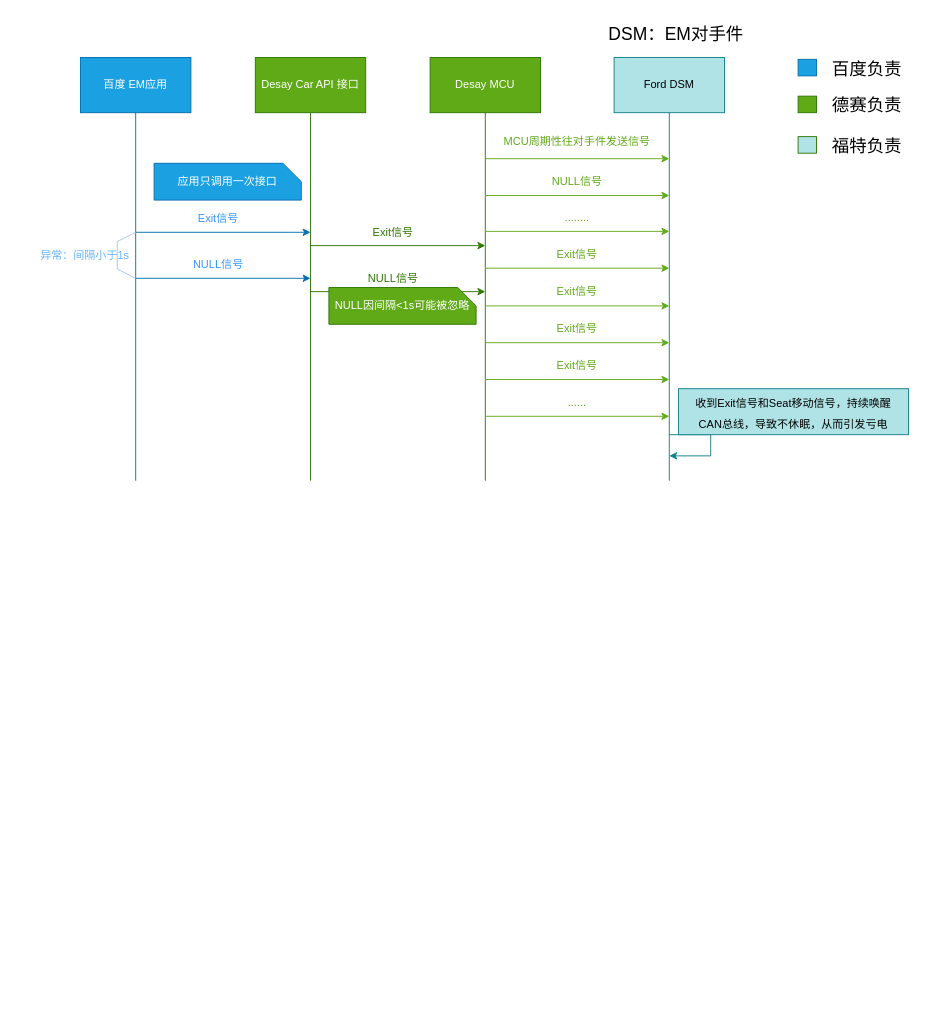
Above: page "第 10 页" (10 of 11) of 未命名绘图.drawio in songlongGithub/CustomDemo (draw.io), before the change. Source tidied: cells renumbered, new cells numbered last; positions are measured from the earlier drawing's top-left corner, leaving out a move shared by most shapes. Both pictures are drawn from the tidied source at 92%, with x=0, y=0 at pixel (34, 16).
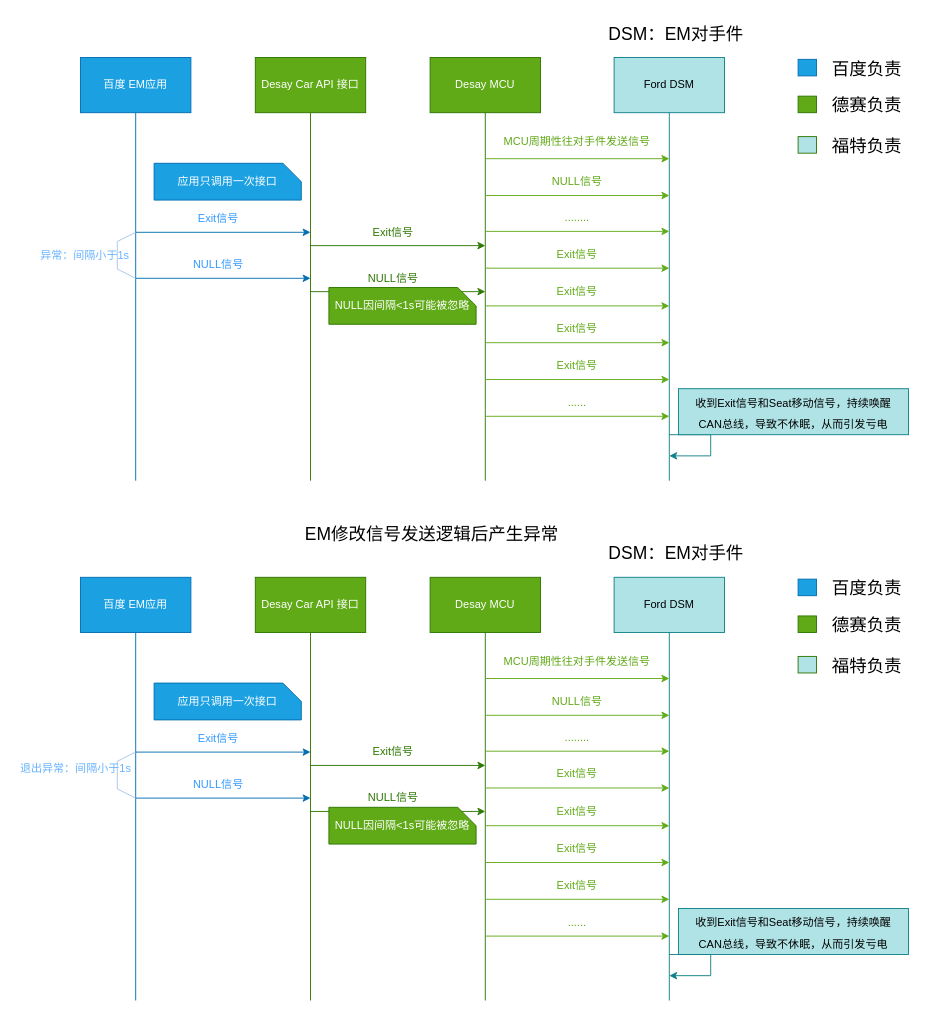
After the change.

Diff of the diagram source:
```diff
@@
+    <mxCell id="47" value="百度 EM应用" style="rounded=0;whiteSpace=wrap;html=1;fillColor=#1ba1e2;strokeColor=#006EAF;fontColor=#ffffff;" parent="1" vertex="1">
+      <mxGeometry x="50" y="610" width="120" height="60" as="geometry" />
+    </mxCell>
+    <mxCell id="48" style="endArrow=none;html=1;rounded=0;entryX=0.5;entryY=1;entryDx=0;entryDy=0;strokeColor=#006EAF;fillColor=#1ba1e2;" parent="1" edge="1" target="47">
+      <mxGeometry relative="1" as="geometry">
+        <mxPoint x="110" y="1070" as="sourcePoint" />
+      </mxGeometry>
+    </mxCell>
+    <mxCell id="49" value="Desay Car API 接口" style="rounded=0;whiteSpace=wrap;html=1;fillColor=#60a917;fontColor=#ffffff;strokeColor=#2D7600;" parent="1" vertex="1">
+      <mxGeometry x="240" y="610" width="120" height="60" as="geometry" />
+    </mxCell>
+    <mxCell id="50" style="endArrow=none;html=1;rounded=0;entryX=0.5;entryY=1;entryDx=0;entryDy=0;fillColor=#60a917;strokeColor=#2D7600;" parent="1" edge="1" target="49">
+      <mxGeometry relative="1" as="geometry">
+        <mxPoint x="300" y="1070" as="sourcePoint" />
+      </mxGeometry>
+    </mxCell>
+    <mxCell id="51" style="endArrow=classic;html=1;rounded=0;fillColor=#1ba1e2;strokeColor=#006EAF;" parent="1" edge="1">
+      <mxGeometry relative="1" as="geometry">
+        <mxPoint x="110" y="800" as="sourcePoint" />
+        <mxPoint x="300" y="800" as="targetPoint" />
+      </mxGeometry>
+    </mxCell>
+    <mxCell id="52" value="&lt;font color=&quot;#3399ff&quot;&gt;Exit信号&lt;/font&gt;" style="text;html=1;align=center;verticalAlign=middle;whiteSpace=wrap;rounded=0;" parent="1" vertex="1">
+      <mxGeometry x="170" y="770" width="60" height="30" as="geometry" />
+    </mxCell>
+    <mxCell id="53" style="endArrow=classic;html=1;rounded=0;fillColor=#1ba1e2;strokeColor=#006EAF;" parent="1" edge="1">
+      <mxGeometry relative="1" as="geometry">
+        <mxPoint x="110" y="850" as="sourcePoint" />
+        <mxPoint x="300" y="850" as="targetPoint" />
+      </mxGeometry>
+    </mxCell>
+    <mxCell id="54" value="&lt;font color=&quot;#3399ff&quot;&gt;NULL信号&lt;/font&gt;" style="text;html=1;align=center;verticalAlign=middle;whiteSpace=wrap;rounded=0;" parent="1" vertex="1">
+      <mxGeometry x="170" y="820" width="60" height="30" as="geometry" />
+    </mxCell>
+    <mxCell id="55" style="endArrow=none;html=1;rounded=0;strokeColor=#A9C4EB;" parent="1" edge="1">
+      <mxGeometry relative="1" as="geometry">
+        <mxPoint x="110" y="850" as="sourcePoint" />
+        <mxPoint x="110" y="800" as="targetPoint" />
+        <Array as="points">
+          <mxPoint x="90" y="840" />
+          <mxPoint x="90" y="810" />
+        </Array>
+      </mxGeometry>
+    </mxCell>
+    <mxCell id="56" value="&lt;font color=&quot;#66b2ff&quot;&gt;退出异常：间隔小于1s&lt;/font&gt;" style="text;html=1;align=center;verticalAlign=middle;whiteSpace=wrap;rounded=0;" parent="1" vertex="1">
+      <mxGeometry x="-20" y="795" width="130" height="45" as="geometry" />
+    </mxCell>
+    <mxCell id="57" value="Desay MCU" style="rounded=0;whiteSpace=wrap;html=1;fillColor=#60a917;fontColor=#ffffff;strokeColor=#2D7600;" parent="1" vertex="1">
+      <mxGeometry x="430" y="610" width="120" height="60" as="geometry" />
+    </mxCell>
+    <mxCell id="58" style="endArrow=none;html=1;rounded=0;entryX=0.5;entryY=1;entryDx=0;entryDy=0;fillColor=#60a917;strokeColor=#2D7600;" parent="1" edge="1" target="57">
+      <mxGeometry relative="1" as="geometry">
+        <mxPoint x="490" y="1070" as="sourcePoint" />
+      </mxGeometry>
+    </mxCell>
+    <mxCell id="59" style="endArrow=classic;html=1;rounded=0;fillColor=#60a917;strokeColor=#2D7600;" parent="1" edge="1">
+      <mxGeometry relative="1" as="geometry">
+        <mxPoint x="300" y="814.5" as="sourcePoint" />
+        <mxPoint x="490" y="814.5" as="targetPoint" />
+      </mxGeometry>
+    </mxCell>
+    <mxCell id="60" value="&lt;font color=&quot;#2d7600&quot;&gt;Exit信号&lt;/font&gt;" style="text;html=1;align=center;verticalAlign=middle;whiteSpace=wrap;rounded=0;" parent="1" vertex="1">
+      <mxGeometry x="360" y="784.5" width="60" height="30" as="geometry" />
+    </mxCell>
+    <mxCell id="61" style="endArrow=classic;html=1;rounded=0;fillColor=#60a917;strokeColor=#2D7600;" parent="1" edge="1">
+      <mxGeometry relative="1" as="geometry">
+        <mxPoint x="300" y="864.5" as="sourcePoint" />
+        <mxPoint x="490" y="864.5" as="targetPoint" />
+      </mxGeometry>
+    </mxCell>
+    <mxCell id="62" value="&lt;font color=&quot;#2d7600&quot;&gt;NULL信号&lt;/font&gt;" style="text;html=1;strokeColor=none;fillColor=none;align=center;verticalAlign=middle;whiteSpace=wrap;rounded=0;" parent="1" vertex="1">
+      <mxGeometry x="360" y="834.5" width="60" height="30" as="geometry" />
+    </mxCell>
+    <mxCell id="63" value="NULL因间隔&amp;lt;1s可能被忽略" style="shape=card;whiteSpace=wrap;html=1;direction=south;size=20;fillColor=#60a917;strokeColor=#2D7600;fontColor=#ffffff;" parent="1" vertex="1">
+      <mxGeometry x="320" y="860" width="160" height="40" as="geometry" />
+    </mxCell>
+    <mxCell id="64" value="Ford DSM" style="rounded=0;whiteSpace=wrap;html=1;fillColor=#b0e3e6;strokeColor=#0e8088;" parent="1" vertex="1">
+      <mxGeometry x="630" y="610" width="120" height="60" as="geometry" />
+    </mxCell>
+    <mxCell id="65" style="endArrow=none;html=1;rounded=0;entryX=0.5;entryY=1;entryDx=0;entryDy=0;fillColor=#b0e3e6;strokeColor=#0e8088;" parent="1" edge="1" target="64">
+      <mxGeometry relative="1" as="geometry">
+        <mxPoint x="690" y="1070" as="sourcePoint" />
+      </mxGeometry>
+    </mxCell>
+    <mxCell id="66" style="endArrow=classic;html=1;rounded=0;strokeColor=#60A917;" parent="1" edge="1">
+      <mxGeometry relative="1" as="geometry">
+        <mxPoint x="490" y="720" as="sourcePoint" />
+        <mxPoint x="690" y="720" as="targetPoint" />
+      </mxGeometry>
+    </mxCell>
+    <mxCell id="67" value="&lt;font color=&quot;#60a917&quot;&gt;MCU周期性往对手件发送信号&lt;/font&gt;" style="text;html=1;strokeColor=none;fillColor=none;align=center;verticalAlign=middle;whiteSpace=wrap;rounded=0;" parent="1" vertex="1">
+      <mxGeometry x="500" y="692" width="180" height="20" as="geometry" />
+    </mxCell>
+    <mxCell id="68" style="endArrow=classic;html=1;rounded=0;strokeColor=#60A917;" parent="1" edge="1">
+      <mxGeometry relative="1" as="geometry">
+        <mxPoint x="490" y="760" as="sourcePoint" />
+        <mxPoint x="690" y="760" as="targetPoint" />
+      </mxGeometry>
+    </mxCell>
+    <mxCell id="69" value="NULL信号" style="text;html=1;strokeColor=none;fillColor=none;align=center;verticalAlign=middle;whiteSpace=wrap;rounded=0;fontColor=#60A917;" parent="1" vertex="1">
+      <mxGeometry x="560" y="730" width="60" height="30" as="geometry" />
+    </mxCell>
+    <mxCell id="70" style="endArrow=classic;html=1;rounded=0;strokeColor=#60A917;" parent="1" edge="1">
+      <mxGeometry relative="1" as="geometry">
+        <mxPoint x="490" y="799" as="sourcePoint" />
+        <mxPoint x="690" y="799" as="targetPoint" />
+      </mxGeometry>
+    </mxCell>
+    <mxCell id="71" value="........" style="text;html=1;strokeColor=none;fillColor=none;align=center;verticalAlign=middle;whiteSpace=wrap;rounded=0;fontColor=#60A917;" parent="1" vertex="1">
+      <mxGeometry x="560" y="769" width="60" height="30" as="geometry" />
+    </mxCell>
+    <mxCell id="72" style="endArrow=classic;html=1;rounded=0;strokeColor=#60A917;" parent="1" edge="1">
+      <mxGeometry relative="1" as="geometry">
+        <mxPoint x="490" y="839" as="sourcePoint" />
+        <mxPoint x="690" y="839" as="targetPoint" />
+      </mxGeometry>
+    </mxCell>
+    <mxCell id="73" value="Exit信号" style="text;html=1;strokeColor=none;fillColor=none;align=center;verticalAlign=middle;whiteSpace=wrap;rounded=0;fontColor=#60A917;" parent="1" vertex="1">
+      <mxGeometry x="560" y="809" width="60" height="30" as="geometry" />
+    </mxCell>
+    <mxCell id="74" style="endArrow=classic;html=1;rounded=0;strokeColor=#60A917;" parent="1" edge="1">
+      <mxGeometry relative="1" as="geometry">
+        <mxPoint x="490" y="880" as="sourcePoint" />
+        <mxPoint x="690" y="880" as="targetPoint" />
+      </mxGeometry>
+    </mxCell>
+    <mxCell id="75" value="Exit信号" style="text;html=1;strokeColor=none;fillColor=none;align=center;verticalAlign=middle;whiteSpace=wrap;rounded=0;fontColor=#60A917;" parent="1" vertex="1">
+      <mxGeometry x="560" y="850" width="60" height="30" as="geometry" />
+    </mxCell>
+    <mxCell id="76" style="endArrow=classic;html=1;rounded=0;strokeColor=#60A917;" parent="1" edge="1">
+      <mxGeometry relative="1" as="geometry">
+        <mxPoint x="490" y="920" as="sourcePoint" />
+        <mxPoint x="690" y="920" as="targetPoint" />
+      </mxGeometry>
+    </mxCell>
+    <mxCell id="77" value="Exit信号" style="text;html=1;strokeColor=none;fillColor=none;align=center;verticalAlign=middle;whiteSpace=wrap;rounded=0;fontColor=#60A917;" parent="1" vertex="1">
+      <mxGeometry x="560" y="890" width="60" height="30" as="geometry" />
+    </mxCell>
+    <mxCell id="78" style="endArrow=classic;html=1;rounded=0;strokeColor=#60A917;" parent="1" edge="1">
+      <mxGeometry relative="1" as="geometry">
+        <mxPoint x="490" y="960" as="sourcePoint" />
+        <mxPoint x="690" y="960" as="targetPoint" />
+      </mxGeometry>
+    </mxCell>
+    <mxCell id="79" value="Exit信号" style="text;html=1;strokeColor=none;fillColor=none;align=center;verticalAlign=middle;whiteSpace=wrap;rounded=0;fontColor=#60A917;" parent="1" vertex="1">
+      <mxGeometry x="560" y="930" width="60" height="30" as="geometry" />
+    </mxCell>
+    <mxCell id="80" style="endArrow=classic;html=1;rounded=0;strokeColor=#60A917;" parent="1" edge="1">
+      <mxGeometry relative="1" as="geometry">
+        <mxPoint x="490" y="1000" as="sourcePoint" />
+        <mxPoint x="690" y="1000" as="targetPoint" />
+      </mxGeometry>
+    </mxCell>
+    <mxCell id="81" value="......" style="text;html=1;strokeColor=none;fillColor=none;align=center;verticalAlign=middle;whiteSpace=wrap;rounded=0;fontColor=#60A917;" parent="1" vertex="1">
+      <mxGeometry x="560" y="970" width="60" height="30" as="geometry" />
+    </mxCell>
+    <mxCell id="82" value="&lt;font style=&quot;font-size: 19px;&quot;&gt;&amp;nbsp;DSM：EM对手件&lt;/font&gt;" style="text;html=1;align=center;verticalAlign=middle;whiteSpace=wrap;rounded=0;" parent="1" vertex="1">
+      <mxGeometry x="590" y="565" width="210" height="40" as="geometry" />
+    </mxCell>
+    <mxCell id="83" style="endArrow=classic;html=1;rounded=0;fontColor=#1D3557;labelBackgroundColor=#F1FAEE;fillColor=#b0e3e6;strokeColor=#0e8088;" parent="1" edge="1">
+      <mxGeometry relative="1" as="geometry">
+        <mxPoint x="690" y="1020" as="sourcePoint" />
+        <mxPoint x="690" y="1043" as="targetPoint" />
+        <Array as="points">
+          <mxPoint x="735" y="1020" />
+          <mxPoint x="735" y="1043" />
+        </Array>
+      </mxGeometry>
+    </mxCell>
+    <mxCell id="84" value="&lt;font style=&quot;font-size: 12px;&quot;&gt;收到Exit信号和Seat移动信号，持续唤醒&lt;br&gt;CAN总线，导致不休眠，从而引发亏电&lt;/font&gt;" style="text;html=1;fillColor=#b0e3e6;align=center;verticalAlign=middle;whiteSpace=wrap;rounded=0;fontSize=19;strokeColor=#0e8088;" parent="1" vertex="1">
+      <mxGeometry x="700" y="970" width="250" height="50" as="geometry" />
+    </mxCell>
+    <mxCell id="85" value="应用只调用一次接口" style="shape=card;whiteSpace=wrap;html=1;direction=south;size=20;fillColor=#1ba1e2;strokeColor=#006EAF;fontColor=#ffffff;" parent="1" vertex="1">
+      <mxGeometry x="130" y="725" width="160" height="40" as="geometry" />
+    </mxCell>
+    <mxCell id="86" style="rounded=0;whiteSpace=wrap;html=1;strokeColor=#006EAF;fontSize=19;fontColor=#ffffff;fillColor=#1ba1e2;" parent="1" vertex="1">
+      <mxGeometry x="830" y="612" width="20" height="18" as="geometry" />
+    </mxCell>
+    <mxCell id="87" value="百度负责" style="text;html=1;strokeColor=none;fillColor=none;align=center;verticalAlign=middle;whiteSpace=wrap;rounded=0;fontSize=19;fontColor=#000000;" parent="1" vertex="1">
+      <mxGeometry x="860" y="610" width="90" height="26" as="geometry" />
+    </mxCell>
+    <mxCell id="88" style="rounded=0;whiteSpace=wrap;html=1;strokeColor=#2D7600;fontSize=19;fontColor=#ffffff;fillColor=#60a917;" parent="1" vertex="1">
+      <mxGeometry x="830" y="652" width="20" height="18" as="geometry" />
+    </mxCell>
+    <mxCell id="89" value="德赛负责" style="text;html=1;strokeColor=none;fillColor=none;align=center;verticalAlign=middle;whiteSpace=wrap;rounded=0;fontSize=19;fontColor=#000000;" parent="1" vertex="1">
+      <mxGeometry x="860" y="650" width="90" height="26" as="geometry" />
+    </mxCell>
+    <mxCell id="90" style="rounded=0;whiteSpace=wrap;html=1;strokeColor=#2D7600;fontSize=19;fontColor=#ffffff;fillColor=#B0E3E6;" parent="1" vertex="1">
+      <mxGeometry x="830" y="696" width="20" height="18" as="geometry" />
+    </mxCell>
+    <mxCell id="91" value="福特负责" style="text;html=1;strokeColor=none;fillColor=none;align=center;verticalAlign=middle;whiteSpace=wrap;rounded=0;fontSize=19;fontColor=#000000;" parent="1" vertex="1">
+      <mxGeometry x="860" y="694" width="90" height="26" as="geometry" />
+    </mxCell>
+    <mxCell id="92" value="EM修改信号发送逻辑后产生异常" style="text;html=1;strokeColor=none;fillColor=none;align=center;verticalAlign=middle;whiteSpace=wrap;rounded=0;fontSize=19;fontColor=#000000;" parent="1" vertex="1">
+      <mxGeometry x="284" y="545" width="296" height="38" as="geometry" />
+    </mxCell>
```
